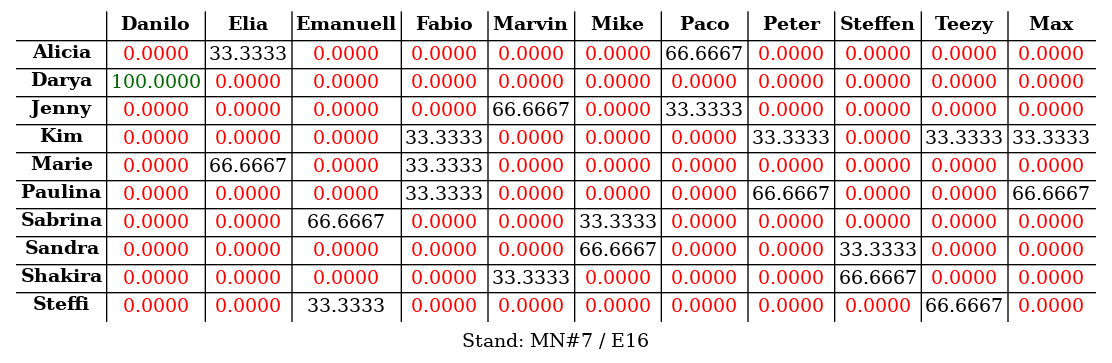
The Graphviz diagram s03r/s03r_tab.png in atticus-sullivan/sim-ayto, before a commit. Its source is kept beside it as s03r/s03r_tab.dot.
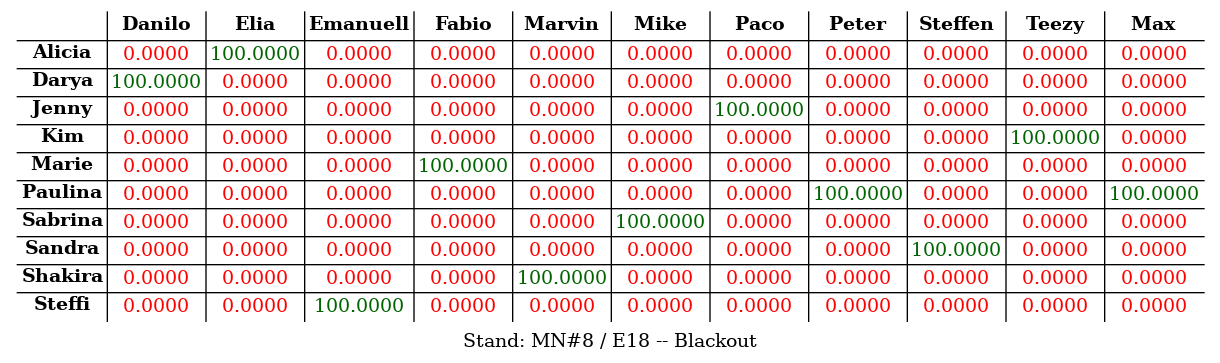
The same file after the commit.

Change to the diagram source:
```diff
@@ -1,4 +1,4 @@
-digraph structs { labelloc="b"; label="Stand: MN#7 / E16"; node[shape=plaintext] struct[label=<
+digraph structs { labelloc="b"; label="Stand: MN#8 / E18 -- Blackout"; node[shape=plaintext] struct[label=<
 <table cellspacing="2" border="0" rows="*" columns="*">
 <tr>
 <td></td>
@@ -17,12 +17,12 @@
 <tr>
 <td><B>Alicia</B></td>
 <td><font color="red">0.0000</font></td>
-<td><font color="black">33.3333</font></td>
+<td><font color="darkgreen">100.0000</font></td>
 <td><font color="red">0.0000</font></td>
 <td><font color="red">0.0000</font></td>
 <td><font color="red">0.0000</font></td>
 <td><font color="red">0.0000</font></td>
-<td><font color="black">66.6667</font></td>
+<td><font color="red">0.0000</font></td>
 <td><font color="red">0.0000</font></td>
 <td><font color="red">0.0000</font></td>
 <td><font color="red">0.0000</font></td>
@@ -48,9 +48,9 @@
 <td><font color="red">0.0000</font></td>
 <td><font color="red">0.0000</font></td>
 <td><font color="red">0.0000</font></td>
-<td><font color="black">66.6667</font></td>
 <td><font color="red">0.0000</font></td>
-<td><font color="black">33.3333</font></td>
+<td><font color="red">0.0000</font></td>
+<td><font color="darkgreen">100.0000</font></td>
 <td><font color="red">0.0000</font></td>
 <td><font color="red">0.0000</font></td>
 <td><font color="red">0.0000</font></td>
@@ -61,21 +61,21 @@
 <td><font color="red">0.0000</font></td>
 <td><font color="red">0.0000</font></td>
 <td><font color="red">0.0000</font></td>
-<td><font color="black">33.3333</font></td>
 <td><font color="red">0.0000</font></td>
 <td><font color="red">0.0000</font></td>
 <td><font color="red">0.0000</font></td>
-<td><font color="black">33.3333</font></td>
 <td><font color="red">0.0000</font></td>
-<td><font color="black">33.3333</font></td>
-<td><font color="black">33.3333</font></td>
+<td><font color="red">0.0000</font></td>
+<td><font color="red">0.0000</font></td>
+<td><font color="darkgreen">100.0000</font></td>
+<td><font color="red">0.0000</font></td>
 </tr>
 <tr>
 <td><B>Marie</B></td>
 <td><font color="red">0.0000</font></td>
-<td><font color="black">66.6667</font></td>
 <td><font color="red">0.0000</font></td>
-<td><font color="black">33.3333</font></td>
+<td><font color="red">0.0000</font></td>
+<td><font color="darkgreen">100.0000</font></td>
 <td><font color="red">0.0000</font></td>
 <td><font color="red">0.0000</font></td>
 <td><font color="red">0.0000</font></td>
@@ -89,23 +89,23 @@
 <td><font color="red">0.0000</font></td>
 <td><font color="red">0.0000</font></td>
 <td><font color="red">0.0000</font></td>
-<td><font color="black">33.3333</font></td>
 <td><font color="red">0.0000</font></td>
 <td><font color="red">0.0000</font></td>
 <td><font color="red">0.0000</font></td>
-<td><font color="black">66.6667</font></td>
+<td><font color="red">0.0000</font></td>
+<td><font color="darkgreen">100.0000</font></td>
 <td><font color="red">0.0000</font></td>
 <td><font color="red">0.0000</font></td>
-<td><font color="black">66.6667</font></td>
+<td><font color="darkgreen">100.0000</font></td>
 </tr>
 <tr>
 <td><B>Sabrina</B></td>
 <td><font color="red">0.0000</font></td>
 <td><font color="red">0.0000</font></td>
-<td><font color="black">66.6667</font></td>
 <td><font color="red">0.0000</font></td>
 <td><font color="red">0.0000</font></td>
-<td><font color="black">33.3333</font></td>
+<td><font color="red">0.0000</font></td>
+<td><font color="darkgreen">100.0000</font></td>
 <td><font color="red">0.0000</font></td>
 <td><font color="red">0.0000</font></td>
 <td><font color="red">0.0000</font></td>
@@ -119,10 +119,10 @@
 <td><font color="red">0.0000</font></td>
 <td><font color="red">0.0000</font></td>
 <td><font color="red">0.0000</font></td>
-<td><font color="black">66.6667</font></td>
 <td><font color="red">0.0000</font></td>
 <td><font color="red">0.0000</font></td>
-<td><font color="black">33.3333</font></td>
+<td><font color="red">0.0000</font></td>
+<td><font color="darkgreen">100.0000</font></td>
 <td><font color="red">0.0000</font></td>
 <td><font color="red">0.0000</font></td>
 </tr>
@@ -132,11 +132,11 @@
 <td><font color="red">0.0000</font></td>
 <td><font color="red">0.0000</font></td>
 <td><font color="red">0.0000</font></td>
-<td><font color="black">33.3333</font></td>
+<td><font color="darkgreen">100.0000</font></td>
 <td><font color="red">0.0000</font></td>
 <td><font color="red">0.0000</font></td>
 <td><font color="red">0.0000</font></td>
-<td><font color="black">66.6667</font></td>
+<td><font color="red">0.0000</font></td>
 <td><font color="red">0.0000</font></td>
 <td><font color="red">0.0000</font></td>
 </tr>
@@ -144,14 +144,14 @@
 <td><B>Steffi</B></td>
 <td><font color="red">0.0000</font></td>
 <td><font color="red">0.0000</font></td>
-<td><font color="black">33.3333</font></td>
+<td><font color="darkgreen">100.0000</font></td>
 <td><font color="red">0.0000</font></td>
 <td><font color="red">0.0000</font></td>
 <td><font color="red">0.0000</font></td>
 <td><font color="red">0.0000</font></td>
 <td><font color="red">0.0000</font></td>
 <td><font color="red">0.0000</font></td>
-<td><font color="black">66.6667</font></td>
+<td><font color="red">0.0000</font></td>
 <td><font color="red">0.0000</font></td>
 </tr>
 </table>
```
